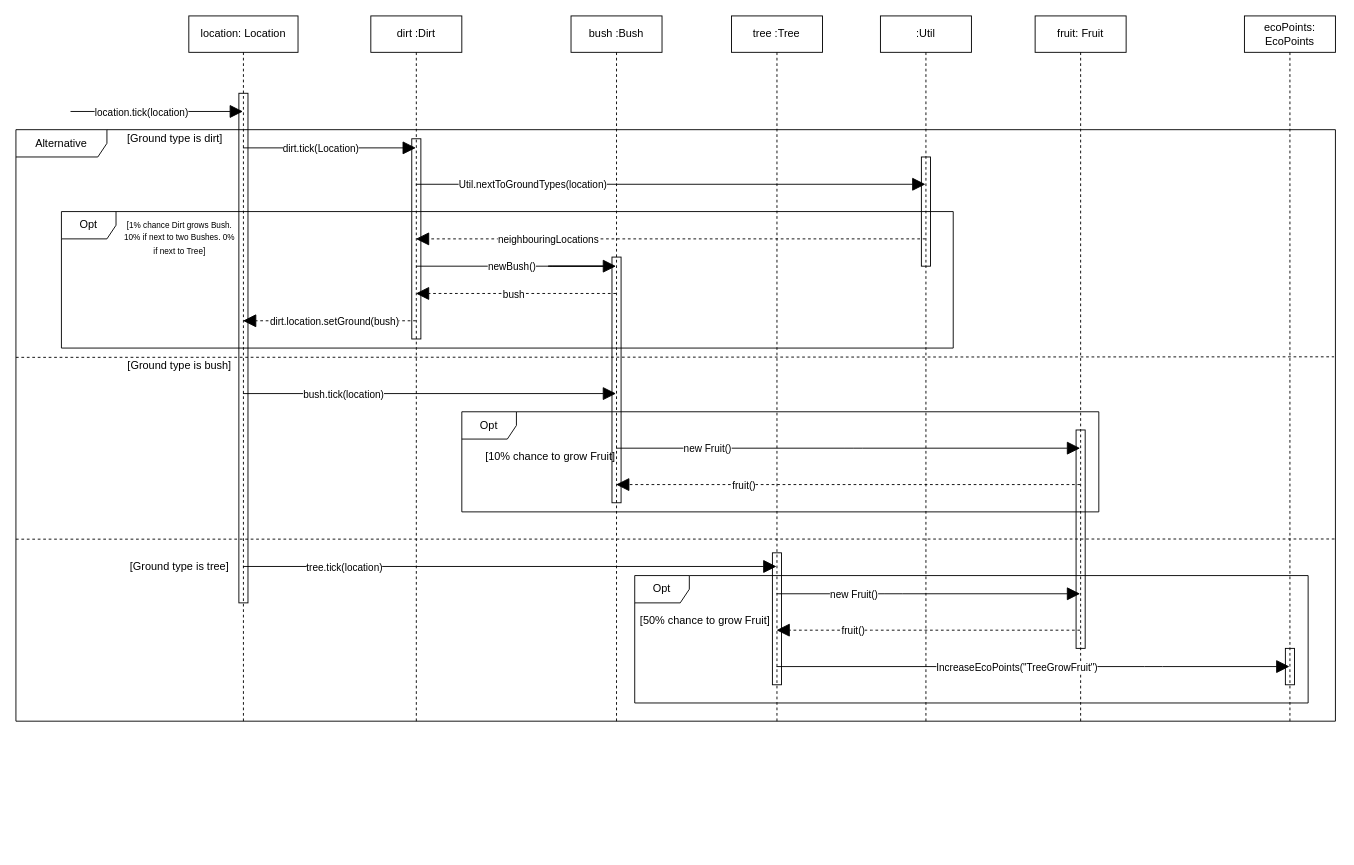
Above: Diagrams/Sequence/PlantGrowthFinal_.drawio in Dax246/FIT2099 (draw.io), before the change. Source tidied: cells renumbered, new cells numbered last; positions are measured from the earlier drawing's top-left corner, leaving out a move shared by most shapes. Both pictures are drawn from the tidied source at 91%, with x=0, y=0 at pixel (15, 15).
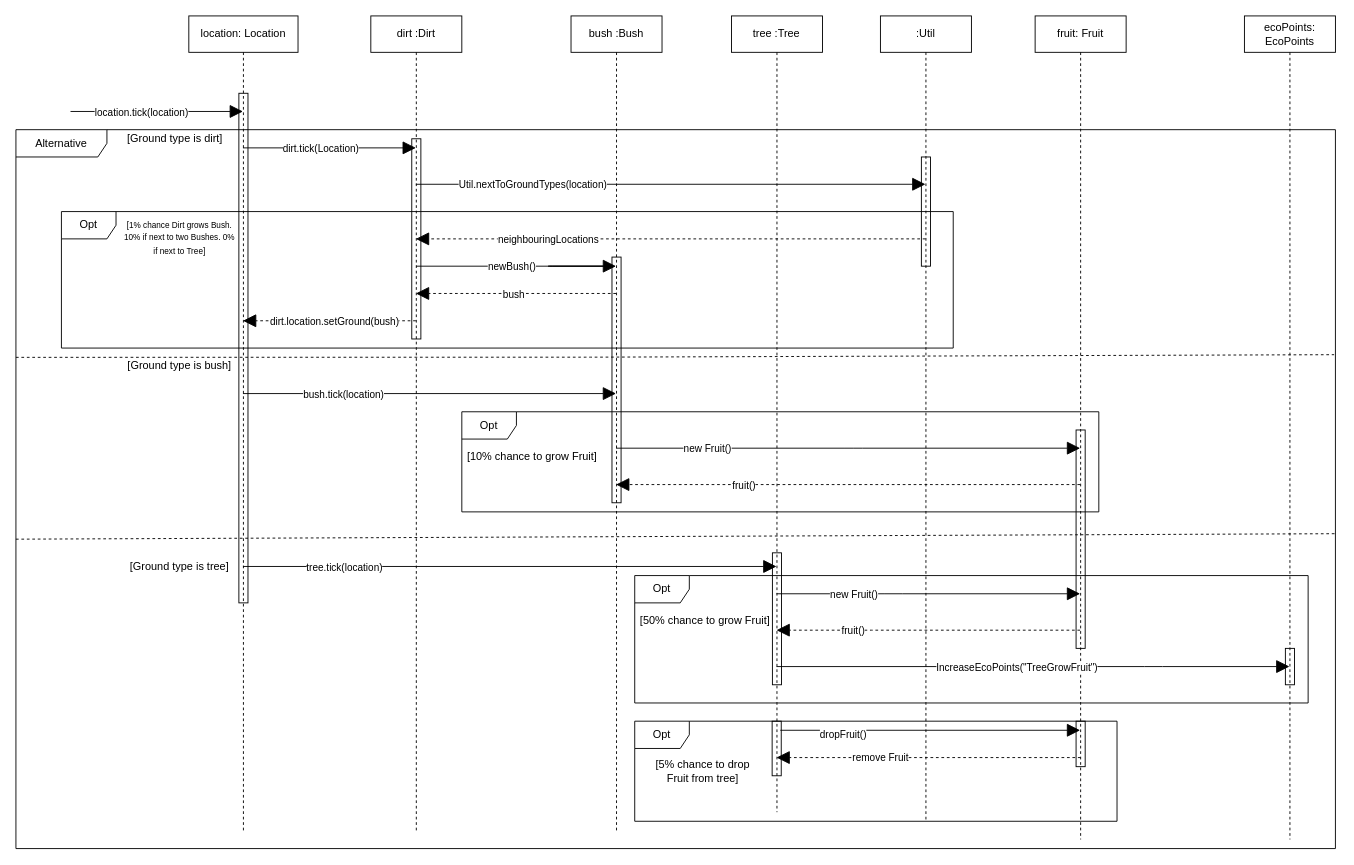
Above is the later version.

Commit message (it also covers changes not shown here):
Added fruit dropping to PlantGrowthFinal_.drawio

Diff of the diagram source:
```diff
@@
     <mxCell id="2" value="Alternative" style="shape=umlFrame;whiteSpace=wrap;html=1;width=100;height=30;" parent="1" vertex="1">
-      <mxGeometry y="125" width="1450" height="650" as="geometry" />
+      <mxGeometry y="125" width="1450" height="790" as="geometry" />
     </mxCell>
@@
     <mxCell id="5" value="location: Location" style="shape=umlLifeline;perimeter=lifelinePerimeter;whiteSpace=wrap;html=1;outlineConnect=0;" parent="1" vertex="1">
-      <mxGeometry x="190" width="120" height="775" as="geometry" />
+      <mxGeometry x="190" width="120" height="895" as="geometry" />
     </mxCell>
@@
     <mxCell id="11" value="dirt :Dirt" style="shape=umlLifeline;perimeter=lifelinePerimeter;whiteSpace=wrap;html=1;outlineConnect=0;" parent="1" vertex="1">
-      <mxGeometry x="390" width="100" height="775" as="geometry" />
+      <mxGeometry x="390" width="100" height="895" as="geometry" />
     </mxCell>
     <mxCell id="12" value=":Util" style="shape=umlLifeline;perimeter=lifelinePerimeter;whiteSpace=wrap;html=1;outlineConnect=0;" parent="1" vertex="1">
-      <mxGeometry x="950" width="100" height="775" as="geometry" />
+      <mxGeometry x="950" width="100" height="885" as="geometry" />
     </mxCell>
     <mxCell id="13" value="bush :Bush" style="shape=umlLifeline;perimeter=lifelinePerimeter;whiteSpace=wrap;html=1;outlineConnect=0;" parent="1" vertex="1">
-      <mxGeometry x="610" width="100" height="775" as="geometry" />
+      <mxGeometry x="610" width="100" height="895" as="geometry" />
     </mxCell>
@@
     <mxCell id="27" value="tree :Tree" style="shape=umlLifeline;perimeter=lifelinePerimeter;whiteSpace=wrap;html=1;outlineConnect=0;" parent="1" vertex="1">
-      <mxGeometry x="786.3" width="100" height="775" as="geometry" />
+      <mxGeometry x="786.3" width="100" height="875" as="geometry" />
     </mxCell>
@@
+    <mxCell id="60" style="endArrow=block;endFill=1;endSize=12;html=1;" parent="27" edge="1" target="38">
+      <mxGeometry relative="1" as="geometry">
+        <mxPoint x="53.7" y="785" as="sourcePoint" />
+      </mxGeometry>
+    </mxCell>
+    <mxCell id="61" value="dropFruit()" style="edgeLabel;html=1;align=center;verticalAlign=middle;" parent="60" vertex="1">
+      <mxGeometry x="-0.59" y="-4" relative="1" as="geometry" />
+    </mxCell>
@@
-    <mxCell id="35" style="endArrow=none;endFill=0;endSize=12;html=1;snapToPoint=1;exitX=0;exitY=0.667;exitDx=0;exitDy=0;exitPerimeter=0;entryX=0.999;entryY=0.384;entryDx=0;entryDy=0;entryPerimeter=0;dashed=1;" parent="1" edge="1" target="2">
+    <mxCell id="35" style="endArrow=none;endFill=0;endSize=12;html=1;snapToPoint=1;exitX=0;exitY=0.667;exitDx=0;exitDy=0;exitPerimeter=0;entryX=0.999;entryY=0.313;entryDx=0;entryDy=0;entryPerimeter=0;dashed=1;" parent="1" edge="1" target="2">
       <mxGeometry relative="1" as="geometry">
         <mxPoint y="375.2" as="sourcePoint" />
         <Array as="points">
           <mxPoint x="630" y="375" />
         </Array>
       </mxGeometry>
     </mxCell>
@@
     <mxCell id="38" value="fruit: Fruit" style="shape=umlLifeline;perimeter=lifelinePerimeter;whiteSpace=wrap;html=1;outlineConnect=0;" parent="1" vertex="1">
-      <mxGeometry x="1120" width="100" height="775" as="geometry" />
+      <mxGeometry x="1120" width="100" height="905" as="geometry" />
     </mxCell>
     <mxCell id="39" value="ecoPoints: EcoPoints" style="shape=umlLifeline;perimeter=lifelinePerimeter;whiteSpace=wrap;html=1;outlineConnect=0;" parent="1" vertex="1">
-      <mxGeometry x="1350" width="100" height="775" as="geometry" />
+      <mxGeometry x="1350" width="100" height="905" as="geometry" />
     </mxCell>
@@
-    <mxCell id="58" style="endArrow=none;endFill=0;endSize=12;html=1;snapToPoint=1;entryX=1;entryY=0.692;entryDx=0;entryDy=0;entryPerimeter=0;dashed=1;" parent="1" edge="1" target="2">
+    <mxCell id="58" style="endArrow=none;endFill=0;endSize=12;html=1;snapToPoint=1;entryX=1.001;entryY=0.562;entryDx=0;entryDy=0;entryPerimeter=0;dashed=1;" parent="1" edge="1" target="2">
       <mxGeometry relative="1" as="geometry">
         <mxPoint y="575" as="sourcePoint" />
       </mxGeometry>
     </mxCell>
     <mxCell id="59" value="&lt;font style=&quot;font-size: 12px&quot;&gt;[10% chance to grow Fruit]&lt;/font&gt;" style="text;html=1;strokeColor=none;fillColor=none;align=center;verticalAlign=middle;whiteSpace=wrap;rounded=0;" parent="1" vertex="1">
-      <mxGeometry x="510" y="475" width="155" height="20" as="geometry" />
+      <mxGeometry x="490" y="475" width="155" height="20" as="geometry" />
     </mxCell>
+    <mxCell id="62" style="endArrow=block;endFill=1;endSize=12;html=1;dashed=1;" parent="1" edge="1" target="27">
+      <mxGeometry relative="1" as="geometry">
+        <mxPoint x="1170" y="815" as="sourcePoint" />
+      </mxGeometry>
+    </mxCell>
+    <mxCell id="63" value="remove Fruit" style="edgeLabel;html=1;align=center;verticalAlign=middle;" parent="62" vertex="1">
+      <mxGeometry x="0.32" y="-1" relative="1" as="geometry" />
+    </mxCell>
+    <mxCell id="64" value="Opt" style="shape=umlFrame;whiteSpace=wrap;html=1;" parent="1" vertex="1">
+      <mxGeometry x="680" y="775" width="530" height="110" as="geometry" />
+    </mxCell>
+    <mxCell id="65" value="[5% chance to drop Fruit from tree]" style="text;html=1;strokeColor=none;fillColor=none;align=center;verticalAlign=middle;whiteSpace=wrap;rounded=0;" parent="1" vertex="1">
+      <mxGeometry x="700" y="820" width="110" height="20" as="geometry" />
+    </mxCell>
+    <mxCell id="66" style="html=1;perimeter=orthogonalPerimeter;fillColor=none;" parent="1" vertex="1">
+      <mxGeometry x="831" y="775" width="10" height="60" as="geometry" />
+    </mxCell>
+    <mxCell id="67" style="html=1;perimeter=orthogonalPerimeter;fillColor=none;" parent="1" vertex="1">
+      <mxGeometry x="1165" y="775" width="10" height="50" as="geometry" />
+    </mxCell>
```
